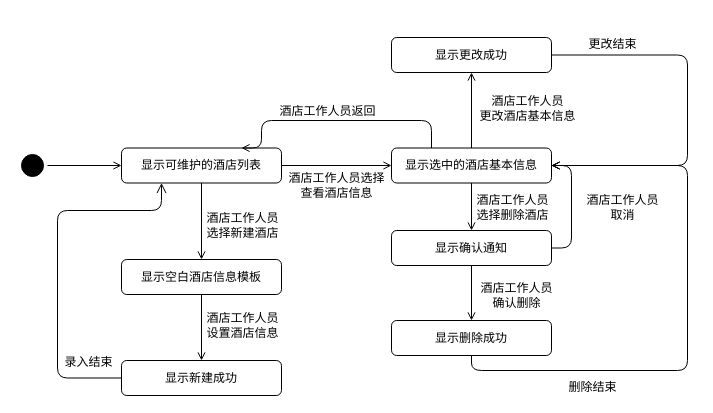
Before: docs/用例描述文档/图/源文件/状态图/9 维护酒店基本信息状态图.drawio in Cynyard999/hotel-booking-system, a draw.io diagram. Source tidied: cells renumbered, new cells numbered last; positions are measured from the earlier drawing's top-left corner, leaving out a move shared by most shapes. Both pictures are drawn from the tidied source at 100%, with x=0, y=0 at pixel (17, 17).
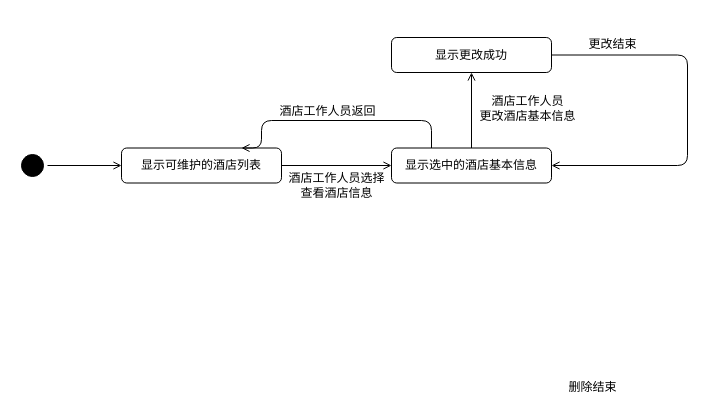
After the change.

The change refers to these unchanged cells:
```xml
<mxCell id="8" value="显示可维护的酒店列表" style="rounded=1;whiteSpace=wrap;html=1;strokeColor=#000000;" parent="1" vertex="1">
  <mxGeometry x="104" y="130.5" width="160" height="35" as="geometry" />
</mxCell>
<mxCell id="15" value="显示选中的酒店基本信息" style="rounded=1;whiteSpace=wrap;html=1;strokeColor=#000000;" parent="1" vertex="1">
  <mxGeometry x="374" y="130.5" width="160" height="35" as="geometry" />
</mxCell>
```

Diff of the diagram source:
```diff
@@
-    <mxCell id="4" style="edgeStyle=orthogonalEdgeStyle;html=1;verticalAlign=bottom;endArrow=open;endSize=8;strokeColor=#000000;shadow=0;exitX=0;exitY=0.5;exitDx=0;exitDy=0;entryX=0.25;entryY=1;entryDx=0;entryDy=0;" parent="1" edge="1" source="11" target="8">
-      <mxGeometry relative="1" as="geometry">
-        <Array as="points">
-          <mxPoint x="40" y="361" />
-          <mxPoint x="40" y="193" />
-          <mxPoint x="144" y="193" />
-        </Array>
-      </mxGeometry>
-    </mxCell>
-    <mxCell id="5" value="录入结束" style="text;html=1;align=center;verticalAlign=middle;labelBackgroundColor=#ffffff;" parent="4" vertex="1">
-      <mxGeometry x="-0.31" y="10" relative="1" as="geometry">
-        <mxPoint x="40" y="44.5" as="offset" />
-      </mxGeometry>
-    </mxCell>
@@
-    <mxCell id="7" style="edgeStyle=orthogonalEdgeStyle;rounded=0;comic=0;jettySize=auto;html=1;shadow=0;endArrow=open;endFill=0;strokeColor=#000000;" parent="1" edge="1" source="8" target="10">
-      <mxGeometry relative="1" as="geometry" />
-    </mxCell>
@@
-    <mxCell id="9" style="edgeStyle=orthogonalEdgeStyle;rounded=0;comic=0;jettySize=auto;html=1;shadow=0;endArrow=open;endFill=0;strokeColor=#000000;" parent="1" edge="1" source="10" target="11">
-      <mxGeometry relative="1" as="geometry" />
-    </mxCell>
-    <mxCell id="10" value="显示空白酒店信息模板" style="rounded=1;whiteSpace=wrap;html=1;strokeColor=#000000;" parent="1" vertex="1">
-      <mxGeometry x="104" y="242" width="160" height="35" as="geometry" />
-    </mxCell>
-    <mxCell id="11" value="显示新建成功" style="rounded=1;whiteSpace=wrap;html=1;strokeColor=#000000;" parent="1" vertex="1">
-      <mxGeometry x="104" y="343" width="160" height="35" as="geometry" />
-    </mxCell>
-    <mxCell id="12" style="edgeStyle=orthogonalEdgeStyle;rounded=0;comic=0;jettySize=auto;html=1;shadow=0;endArrow=open;endFill=0;strokeColor=#000000;" parent="1" edge="1" source="15" target="19">
-      <mxGeometry relative="1" as="geometry" />
-    </mxCell>
@@
-    <mxCell id="16" style="edgeStyle=orthogonalEdgeStyle;rounded=0;comic=0;jettySize=auto;html=1;shadow=0;endArrow=open;endFill=0;strokeColor=#000000;" parent="1" edge="1" source="19" target="21">
-      <mxGeometry relative="1" as="geometry" />
-    </mxCell>
-    <mxCell id="17" value="酒店工作人员&lt;br&gt;确认删除" style="text;html=1;align=center;verticalAlign=middle;labelBackgroundColor=#ffffff;" parent="16" vertex="1">
-      <mxGeometry x="-0.42" y="11" relative="1" as="geometry">
-        <mxPoint x="33" y="13" as="offset" />
-      </mxGeometry>
-    </mxCell>
-    <mxCell id="18" style="edgeStyle=orthogonalEdgeStyle;rounded=1;comic=0;jettySize=auto;html=1;entryX=1;entryY=0.5;entryDx=0;entryDy=0;shadow=0;endArrow=open;endFill=0;strokeColor=#000000;exitX=1;exitY=0.5;exitDx=0;exitDy=0;" parent="1" edge="1" source="19" target="15">
-      <mxGeometry relative="1" as="geometry" />
-    </mxCell>
-    <mxCell id="19" value="显示确认通知" style="rounded=1;whiteSpace=wrap;html=1;strokeColor=#000000;" parent="1" vertex="1">
-      <mxGeometry x="374" y="213" width="160" height="35" as="geometry" />
-    </mxCell>
-    <mxCell id="20" style="edgeStyle=orthogonalEdgeStyle;rounded=1;comic=0;jettySize=auto;html=1;exitX=0.5;exitY=1;exitDx=0;exitDy=0;entryX=1;entryY=0.5;entryDx=0;entryDy=0;shadow=0;endArrow=open;endFill=0;strokeColor=#000000;" parent="1" edge="1" source="21" target="15">
-      <mxGeometry relative="1" as="geometry">
-        <Array as="points">
-          <mxPoint x="454" y="353" />
-          <mxPoint x="670" y="353" />
-          <mxPoint x="670" y="148" />
-        </Array>
-      </mxGeometry>
-    </mxCell>
-    <mxCell id="21" value="显示删除成功" style="rounded=1;whiteSpace=wrap;html=1;strokeColor=#000000;" parent="1" vertex="1">
-      <mxGeometry x="374" y="303" width="160" height="35" as="geometry" />
-    </mxCell>
@@
-    <mxCell id="25" value="&lt;span style=&quot;background-color: rgb(255 , 255 , 255)&quot;&gt;酒店工作人员&lt;br&gt;&lt;/span&gt;选择新建酒店" style="text;html=1;align=center;verticalAlign=middle;" parent="1" vertex="1">
-      <mxGeometry x="180" y="193" width="90" height="30" as="geometry" />
-    </mxCell>
-    <mxCell id="26" value="&lt;span style=&quot;background-color: rgb(255 , 255 , 255)&quot;&gt;酒店工作人员&lt;br&gt;&lt;/span&gt;设置酒店信息" style="text;html=1;align=center;verticalAlign=middle;" parent="1" vertex="1">
-      <mxGeometry x="180" y="293" width="90" height="30" as="geometry" />
-    </mxCell>
-    <mxCell id="27" value="&lt;span style=&quot;background-color: rgb(255 , 255 , 255)&quot;&gt;酒店工作人员&lt;br&gt;&lt;/span&gt;选择删除酒店" style="text;html=1;align=center;verticalAlign=middle;" parent="1" vertex="1">
-      <mxGeometry x="450" y="175" width="90" height="30" as="geometry" />
-    </mxCell>
@@
-    <mxCell id="33" value="&lt;span style=&quot;background-color: rgb(255 , 255 , 255)&quot;&gt;酒店工作人员&lt;br&gt;&lt;/span&gt;取消" style="text;html=1;align=center;verticalAlign=middle;" parent="1" vertex="1">
-      <mxGeometry x="560" y="175" width="90" height="30" as="geometry" />
-    </mxCell>
```
